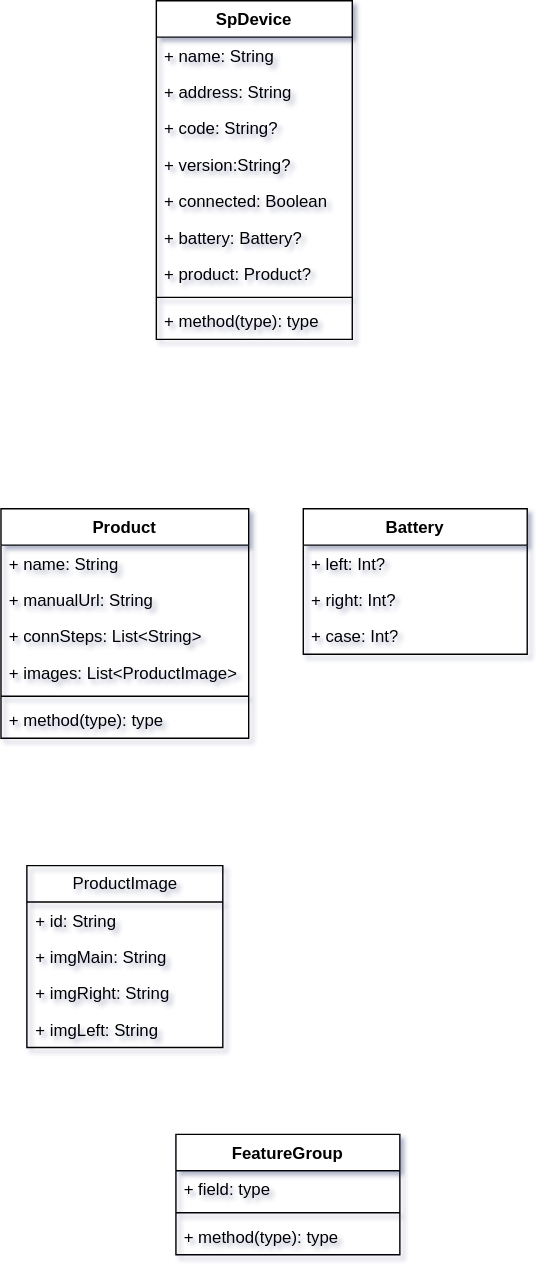
Before: 未命名绘图.drawio.svg, a diagram exported from draw.io (kekemao00/draw-libs). Source tidied: cells renumbered, new cells last; positions are measured from the earlier drawing's top-left corner, leaving out a move shared by most shapes.
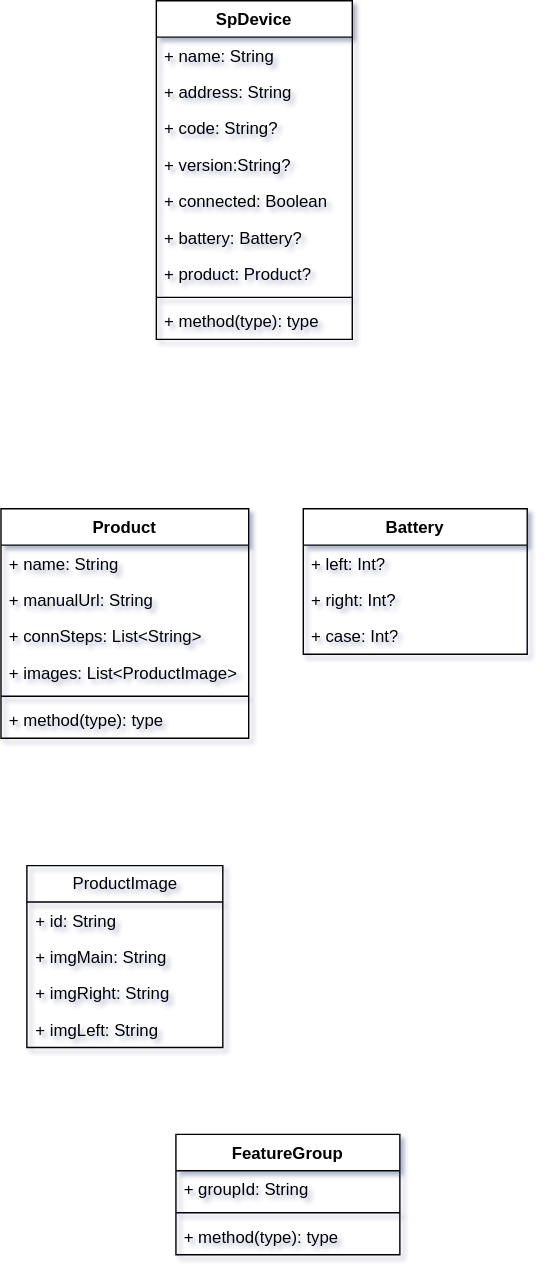
The same file after the commit.

Commit message:
更新未命名绘图.drawio.svg

The edit, as a diff of the source:
```diff
@@ -83,7 +83,7 @@
     <mxCell id="28" value="FeatureGroup" style="swimlane;fontStyle=1;align=center;verticalAlign=top;horizontal=1;startSize=26;whiteSpace=wrap;html=1;" parent="1" vertex="1">
       <mxGeometry x="125" y="810" width="160" height="86" as="geometry" />
     </mxCell>
-    <mxCell id="29" value="+ field: type" style="text;strokeColor=none;fillColor=none;align=left;verticalAlign=top;spacingLeft=4;spacingRight=4;overflow=hidden;whiteSpace=wrap;html=1;" parent="28" vertex="1">
+    <mxCell id="29" value="+ groupId: String" style="text;strokeColor=none;fillColor=none;align=left;verticalAlign=top;spacingLeft=4;spacingRight=4;overflow=hidden;whiteSpace=wrap;html=1;" parent="28" vertex="1">
       <mxGeometry y="26" width="160" height="26" as="geometry" />
     </mxCell>
     <mxCell id="30" style="line;strokeWidth=1;fillColor=none;align=left;verticalAlign=middle;spacingTop=-1;spacingLeft=3;spacingRight=3;labelPosition=right;strokeColor=inherit;" parent="28" vertex="1">
```
